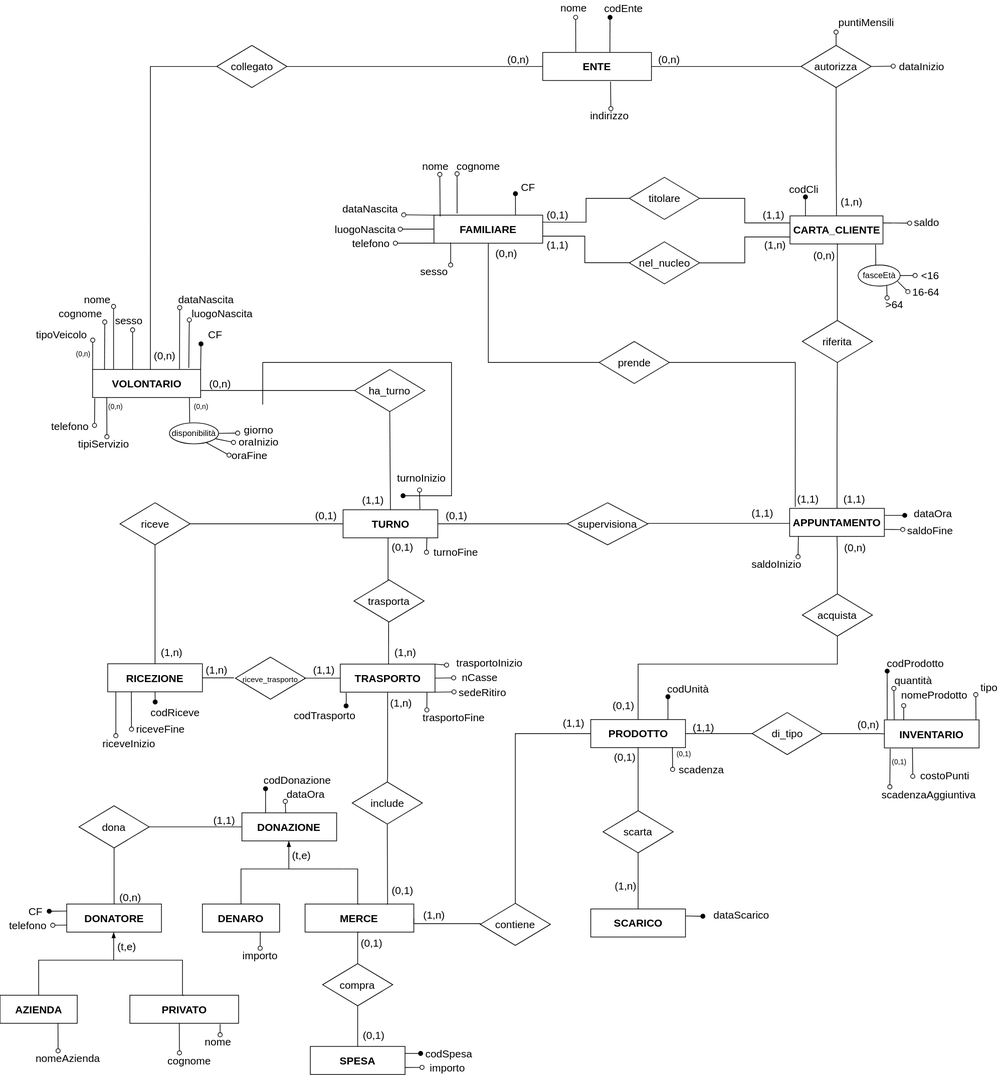
Earlier version of the draw.io export PARTE I/.socialMarket.svg (Ludof63/BDD-project). Source tidied: cells renumbered, new cells last; positions are measured from the earlier drawing's top-left corner, leaving out a move shared by most shapes.
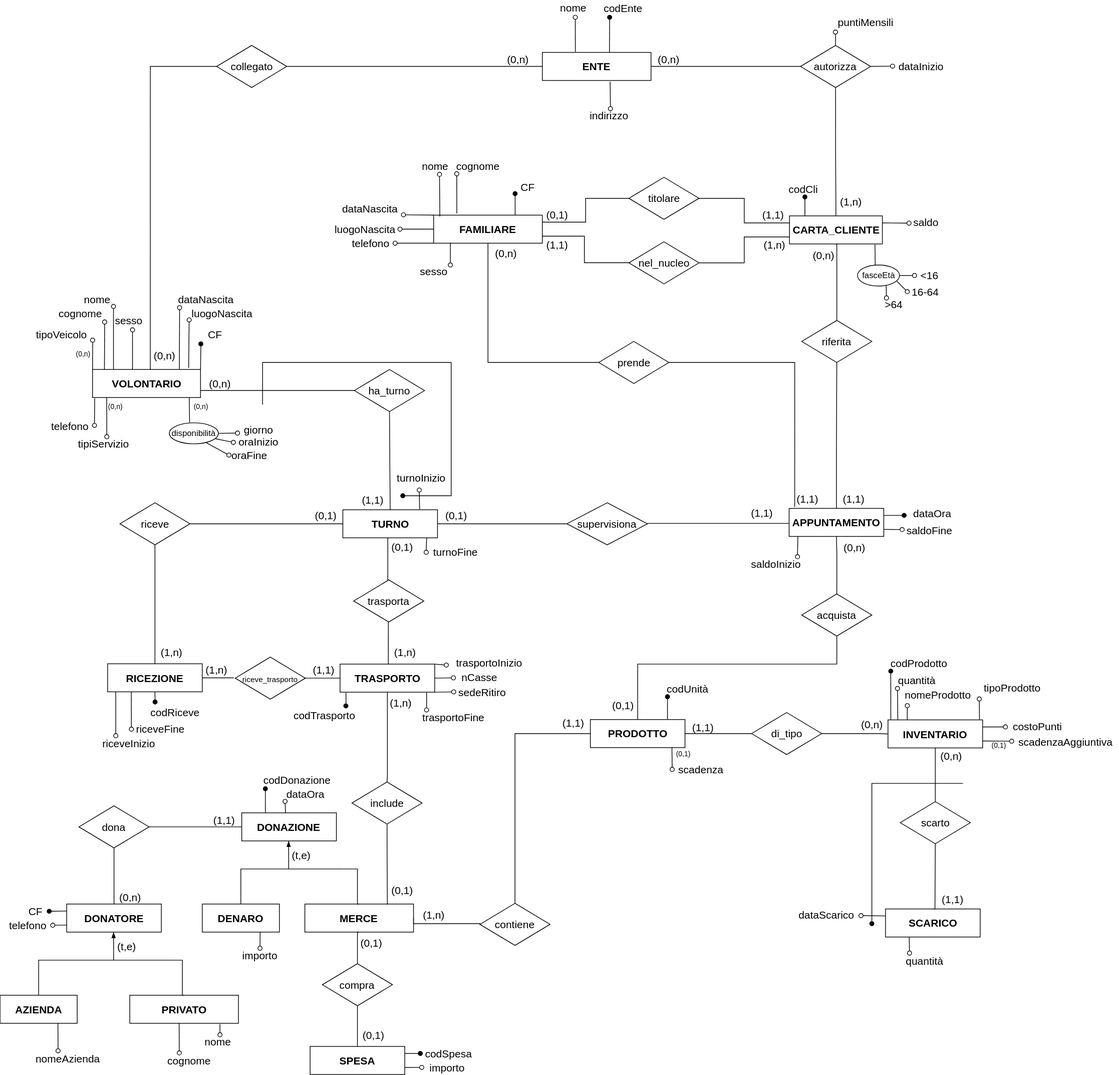
After the change.

The edit, as a diff of the source:
```diff
@@ -639,34 +639,8 @@
       <mxGeometry x="338" y="602" width="60" height="20" as="geometry" />
     </mxCell>
     <mxCell id="178" value="&lt;b&gt;&lt;font style=&quot;font-size: 15px&quot;&gt;SCARICO&lt;br&gt;&lt;/font&gt;&lt;/b&gt;" style="rounded=0;whiteSpace=wrap;html=1;" parent="1" vertex="1">
-      <mxGeometry x="841.5" y="1295" width="135" height="40" as="geometry" />
+      <mxGeometry x="1262.5" y="1295" width="135" height="40" as="geometry" />
     </mxCell>
-    <mxCell id="179" value="dataScarico" style="text;html=1;align=center;verticalAlign=middle;points=[];strokeColor=none;fillColor=none;fontSize=15;" parent="1" vertex="1">
-      <mxGeometry x="1005.5" y="1288" width="100" height="30" as="geometry" />
-    </mxCell>
-    <mxCell id="180" value="scarta" style="rhombus;whiteSpace=wrap;html=1;fontSize=15;" parent="1" vertex="1">
-      <mxGeometry x="859" y="1155" width="100" height="60" as="geometry" />
-    </mxCell>
-    <mxCell id="181" style="endArrow=none;html=1;rounded=0;fontSize=15;exitX=0.5;exitY=1;exitDx=0;exitDy=0;edgeStyle=orthogonalEdgeStyle;entryX=0.5;entryY=0;entryDx=0;entryDy=0;" parent="1" edge="1" source="2" target="180">
-      <mxGeometry relative="1" as="geometry" />
-    </mxCell>
-    <mxCell id="182" style="endArrow=none;html=1;rounded=0;fontSize=15;exitX=0.5;exitY=1;exitDx=0;exitDy=0;edgeStyle=orthogonalEdgeStyle;entryX=0.5;entryY=0;entryDx=0;entryDy=0;" parent="1" edge="1" source="180" target="178">
-      <mxGeometry relative="1" as="geometry">
-        <Array as="points">
-          <mxPoint x="909" y="1265" />
-          <mxPoint x="909" y="1265" />
-        </Array>
-      </mxGeometry>
-    </mxCell>
-    <mxCell id="183" value="(0,1)" style="text;html=1;align=center;verticalAlign=middle;strokeColor=none;fillColor=none;fontSize=15;" parent="1" vertex="1">
-      <mxGeometry x="864.5" y="1068" width="50" height="20" as="geometry" />
-    </mxCell>
-    <mxCell id="184" value="(1,n)" style="text;html=1;align=center;verticalAlign=middle;strokeColor=none;fillColor=none;fontSize=15;" parent="1" vertex="1">
-      <mxGeometry x="865.5" y="1252" width="50" height="20" as="geometry" />
-    </mxCell>
-    <mxCell id="185" style="edgeStyle=none;rounded=0;jettySize=auto;html=1;fontSize=15;endArrow=oval;endFill=1;exitX=1;exitY=0.25;exitDx=0;exitDy=0;entryX=-0.042;entryY=0.581;entryDx=0;entryDy=0;entryPerimeter=0;" parent="1" edge="1" source="178" target="179">
-      <mxGeometry relative="1" as="geometry" />
-    </mxCell>
     <mxCell id="186" value="&lt;b&gt;&lt;font style=&quot;font-size: 15px&quot;&gt;TURNO&lt;br&gt;&lt;/font&gt;&lt;/b&gt;" style="rounded=0;whiteSpace=wrap;html=1;" parent="1" vertex="1">
       <mxGeometry x="488.5" y="726" width="135" height="40" as="geometry" />
     </mxCell>
@@ -694,30 +668,28 @@
       <mxGeometry x="288" y="536" width="50" height="20" as="geometry" />
     </mxCell>
     <mxCell id="193" value="&lt;b&gt;&lt;font style=&quot;font-size: 15px&quot;&gt;INVENTARIO&lt;br&gt;&lt;/font&gt;&lt;/b&gt;" style="rounded=0;whiteSpace=wrap;html=1;" parent="1" vertex="1">
-      <mxGeometry x="1260" y="1025.5" width="135" height="40" as="geometry" />
+      <mxGeometry x="1266" y="1025.5" width="135" height="40" as="geometry" />
     </mxCell>
     <mxCell id="194" value="codProdotto" style="text;html=1;align=center;verticalAlign=middle;points=[];strokeColor=none;fillColor=none;fontSize=15;" parent="1" vertex="1">
-      <mxGeometry x="1254" y="934.5" width="100" height="20" as="geometry" />
+      <mxGeometry x="1260" y="934.5" width="100" height="20" as="geometry" />
     </mxCell>
     <mxCell id="195" style="edgeStyle=none;rounded=0;jettySize=auto;html=1;fontSize=15;endArrow=oval;endFill=1;exitX=0.03;exitY=-0.013;exitDx=0;exitDy=0;entryX=0.1;entryY=1.075;entryDx=0;entryDy=0;entryPerimeter=0;exitPerimeter=0;" parent="1" edge="1" source="193" target="194">
       <mxGeometry relative="1" as="geometry" />
     </mxCell>
     <mxCell id="196" value="costoPunti" style="text;html=1;align=center;verticalAlign=middle;points=[];strokeColor=none;fillColor=none;fontSize=15;" parent="1" vertex="1">
-      <mxGeometry x="1301" y="1095" width="90" height="20" as="geometry" />
+      <mxGeometry x="1434" y="1024.5" width="90" height="20" as="geometry" />
     </mxCell>
-    <mxCell id="197" style="edgeStyle=none;rounded=0;jettySize=auto;html=1;fontSize=15;endArrow=oval;endFill=0;entryX=-0.006;entryY=0.55;entryDx=0;entryDy=0;entryPerimeter=0;" parent="1" edge="1" target="196">
-      <mxGeometry relative="1" as="geometry">
-        <mxPoint x="1300" y="1066" as="sourcePoint" />
-      </mxGeometry>
+    <mxCell id="197" style="edgeStyle=none;rounded=0;jettySize=auto;html=1;fontSize=15;endArrow=oval;endFill=0;entryX=-0.006;entryY=0.55;entryDx=0;entryDy=0;entryPerimeter=0;exitX=1;exitY=0.25;exitDx=0;exitDy=0;" parent="1" edge="1" source="193" target="196">
+      <mxGeometry relative="1" as="geometry" />
     </mxCell>
     <mxCell id="198" value="scadenzaAggiuntiva" style="text;html=1;align=center;verticalAlign=middle;points=[];strokeColor=none;fillColor=none;fontSize=15;" parent="1" vertex="1">
-      <mxGeometry x="1248" y="1121.5" width="150" height="20" as="geometry" />
+      <mxGeometry x="1444" y="1046.5" width="150" height="20" as="geometry" />
     </mxCell>
-    <mxCell id="199" style="edgeStyle=none;rounded=0;jettySize=auto;html=1;fontSize=15;endArrow=oval;endFill=0;entryX=0.132;entryY=-0.029;entryDx=0;entryDy=0;entryPerimeter=0;exitX=0.061;exitY=1.023;exitDx=0;exitDy=0;exitPerimeter=0;" parent="1" edge="1" source="193" target="198">
+    <mxCell id="199" style="edgeStyle=none;rounded=0;jettySize=auto;html=1;fontSize=15;endArrow=oval;endFill=0;entryX=-0.01;entryY=0.468;entryDx=0;entryDy=0;entryPerimeter=0;exitX=1;exitY=0.75;exitDx=0;exitDy=0;" parent="1" edge="1" source="193" target="198">
       <mxGeometry relative="1" as="geometry" />
     </mxCell>
     <mxCell id="200" value="&lt;font style=&quot;font-size: 10px&quot;&gt;(0,1)&lt;/font&gt;" style="text;html=1;align=center;verticalAlign=middle;strokeColor=none;fillColor=none;fontSize=15;" parent="1" vertex="1">
-      <mxGeometry x="1261" y="1068" width="40" height="30" as="geometry" />
+      <mxGeometry x="1404" y="1045" width="40" height="30" as="geometry" />
     </mxCell>
     <mxCell id="201" value="di_tipo" style="rhombus;whiteSpace=wrap;html=1;fontSize=15;" parent="1" vertex="1">
       <mxGeometry x="1071.5" y="1015" width="100" height="60" as="geometry" />
@@ -736,16 +708,16 @@
       <mxGeometry x="976.5" y="1025.5" width="50" height="20" as="geometry" />
     </mxCell>
     <mxCell id="205" value="(0,n)" style="text;html=1;align=center;verticalAlign=middle;strokeColor=none;fillColor=none;fontSize=15;" parent="1" vertex="1">
-      <mxGeometry x="1212" y="1021.5" width="50" height="20" as="geometry" />
+      <mxGeometry x="1218" y="1021.5" width="50" height="20" as="geometry" />
     </mxCell>
     <mxCell id="206" value="quantità" style="text;html=1;align=center;verticalAlign=middle;points=[];strokeColor=none;fillColor=none;fontSize=15;" parent="1" vertex="1">
-      <mxGeometry x="1266" y="959" width="70" height="20" as="geometry" />
+      <mxGeometry x="1272" y="959" width="70" height="20" as="geometry" />
     </mxCell>
     <mxCell id="207" style="edgeStyle=none;rounded=0;jettySize=auto;html=1;fontSize=15;endArrow=oval;endFill=0;entryX=0.108;entryY=1.083;entryDx=0;entryDy=0;entryPerimeter=0;exitX=0.104;exitY=-0.013;exitDx=0;exitDy=0;exitPerimeter=0;" parent="1" edge="1" source="193" target="206">
       <mxGeometry relative="1" as="geometry" />
     </mxCell>
-    <mxCell id="208" value="tipo" style="text;html=1;align=center;verticalAlign=middle;points=[];strokeColor=none;fillColor=none;fontSize=15;" parent="1" vertex="1">
-      <mxGeometry x="1389" y="969" width="40" height="20" as="geometry" />
+    <mxCell id="208" value="tipoProdotto" style="text;html=1;align=center;verticalAlign=middle;points=[];strokeColor=none;fillColor=none;fontSize=15;" parent="1" vertex="1">
+      <mxGeometry x="1393" y="965" width="100" height="30" as="geometry" />
     </mxCell>
     <mxCell id="209" style="edgeStyle=none;rounded=0;jettySize=auto;html=1;fontSize=15;endArrow=oval;endFill=0;entryX=0.032;entryY=1.024;entryDx=0;entryDy=0;entryPerimeter=0;exitX=0.967;exitY=-0.013;exitDx=0;exitDy=0;exitPerimeter=0;" parent="1" edge="1" source="193" target="208">
       <mxGeometry relative="1" as="geometry" />
@@ -891,7 +863,7 @@
       <mxGeometry x="283" y="944" width="50" height="20" as="geometry" />
     </mxCell>
     <mxCell id="243" value="nomeProdotto" style="text;html=1;align=center;verticalAlign=middle;points=[];strokeColor=none;fillColor=none;fontSize=15;" parent="1" vertex="1">
-      <mxGeometry x="1271" y="974.5" width="120" height="30" as="geometry" />
+      <mxGeometry x="1277" y="974.5" width="120" height="30" as="geometry" />
     </mxCell>
     <mxCell id="244" style="edgeStyle=none;rounded=0;jettySize=auto;html=1;fontSize=15;endArrow=oval;endFill=0;exitX=0.204;exitY=0.012;exitDx=0;exitDy=0;exitPerimeter=0;entryX=0.138;entryY=1.024;entryDx=0;entryDy=0;entryPerimeter=0;" parent="1" edge="1" source="193" target="243">
       <mxGeometry relative="1" as="geometry" />
@@ -911,5 +883,52 @@
     <mxCell id="249" value="(1,1)" style="text;html=1;align=center;verticalAlign=middle;strokeColor=none;fillColor=none;fontSize=15;" parent="1" vertex="1">
       <mxGeometry x="1077" y="295" width="50" height="20" as="geometry" />
     </mxCell>
+    <mxCell id="250" value="quantità" style="text;html=1;align=center;verticalAlign=middle;points=[];strokeColor=none;fillColor=none;fontSize=15;" parent="1" vertex="1">
+      <mxGeometry x="1282.5" y="1359" width="70" height="20" as="geometry" />
+    </mxCell>
+    <mxCell id="251" style="edgeStyle=none;rounded=0;jettySize=auto;html=1;fontSize=15;endArrow=oval;endFill=0;entryX=0.203;entryY=-0.053;entryDx=0;entryDy=0;entryPerimeter=0;exitX=0.25;exitY=1;exitDx=0;exitDy=0;" parent="1" edge="1" source="178" target="250">
+      <mxGeometry relative="1" as="geometry" />
+    </mxCell>
+    <mxCell id="252" value="scarto" style="rhombus;whiteSpace=wrap;html=1;fontSize=15;" parent="1" vertex="1">
+      <mxGeometry x="1283.5" y="1142" width="100" height="60" as="geometry" />
+    </mxCell>
+    <mxCell id="253" style="edgeStyle=none;rounded=0;orthogonalLoop=1;jettySize=auto;html=1;fontSize=15;endArrow=oval;endFill=1;" parent="1" edge="1">
+      <mxGeometry relative="1" as="geometry">
+        <mxPoint x="1373" y="1116" as="sourcePoint" />
+        <mxPoint x="1243" y="1316" as="targetPoint" />
+        <Array as="points">
+          <mxPoint x="1243" y="1116" />
+        </Array>
+      </mxGeometry>
+    </mxCell>
+    <mxCell id="254" style="endArrow=none;html=1;rounded=0;fontSize=15;edgeStyle=orthogonalEdgeStyle;exitX=0.5;exitY=1;exitDx=0;exitDy=0;entryX=0.5;entryY=0;entryDx=0;entryDy=0;" parent="1" edge="1" source="193" target="252">
+      <mxGeometry relative="1" as="geometry">
+        <Array as="points">
+          <mxPoint x="1333" y="1066" />
+          <mxPoint x="1333" y="1138" />
+        </Array>
+      </mxGeometry>
+    </mxCell>
+    <mxCell id="255" style="endArrow=none;html=1;rounded=0;fontSize=15;edgeStyle=orthogonalEdgeStyle;exitX=0.5;exitY=1;exitDx=0;exitDy=0;entryX=0.5;entryY=0;entryDx=0;entryDy=0;" parent="1" edge="1" source="252" target="178">
+      <mxGeometry relative="1" as="geometry">
+        <Array as="points">
+          <mxPoint x="1333" y="1206" />
+          <mxPoint x="1333" y="1206" />
+          <mxPoint x="1333" y="1295" />
+        </Array>
+      </mxGeometry>
+    </mxCell>
+    <mxCell id="179" value="dataScarico" style="text;html=1;align=center;verticalAlign=middle;points=[];strokeColor=none;fillColor=none;fontSize=15;" parent="1" vertex="1">
+      <mxGeometry x="1128" y="1288" width="100" height="30" as="geometry" />
+    </mxCell>
+    <mxCell id="185" style="edgeStyle=none;rounded=0;jettySize=auto;html=1;fontSize=15;endArrow=oval;endFill=0;entryX=0.995;entryY=0.551;entryDx=0;entryDy=0;entryPerimeter=0;exitX=0;exitY=0.25;exitDx=0;exitDy=0;" parent="1" edge="1" source="178" target="179">
+      <mxGeometry relative="1" as="geometry" />
+    </mxCell>
+    <mxCell id="256" value="(0,n)" style="text;html=1;align=center;verticalAlign=middle;strokeColor=none;fillColor=none;fontSize=15;" parent="1" vertex="1">
+      <mxGeometry x="1330.5" y="1066.5" width="50" height="20" as="geometry" />
+    </mxCell>
+    <mxCell id="257" value="(1,1)" style="text;html=1;align=center;verticalAlign=middle;strokeColor=none;fillColor=none;fontSize=15;" parent="1" vertex="1">
+      <mxGeometry x="1332.5" y="1271" width="50" height="20" as="geometry" />
+    </mxCell>
   </root>
 </mxGraphModel>
```
